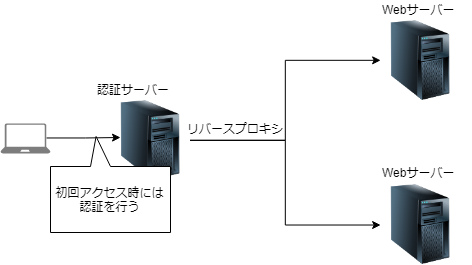
RinGoku/Web-Explaination keeps this draw.io diagram as images/SSO_proxy.png. Above is the earlier version. Source tidied: cells renumbered, new cells last; positions are measured from the earlier drawing's top-left corner, leaving out a move shared by most shapes.
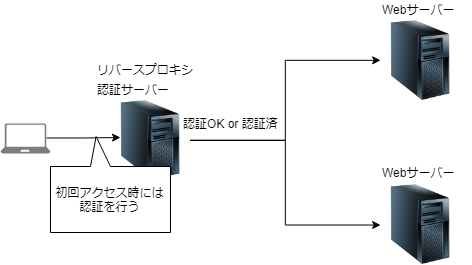
After the commit.

The edit, as a diff of the source:
```diff
@@ -31,6 +31,11 @@
     <mxCell id="10" style="edgeStyle=orthogonalEdgeStyle;rounded=0;jettySize=auto;html=1;exitX=1;exitY=0.5;exitDx=0;exitDy=0;entryX=0;entryY=0.5;entryDx=0;entryDy=0;" parent="1" edge="1" source="7" target="6">
       <mxGeometry relative="1" as="geometry" />
     </mxCell>
+    <mxCell id="14" value="認証OK or 認証済" style="text;html=1;align=center;verticalAlign=middle;labelBackgroundColor=#ffffff;" parent="10" vertex="1">
+      <mxGeometry x="-0.9" y="11" relative="1" as="geometry">
+        <mxPoint x="26.5" y="-6" as="offset" />
+      </mxGeometry>
+    </mxCell>
     <mxCell id="11" value="初回アクセス時には認証を行う" style="shape=callout;whiteSpace=wrap;html=1;perimeter=calloutPerimeter;position2=0.62;direction=west;" parent="1" vertex="1">
       <mxGeometry x="50" y="136" width="120" height="96" as="geometry" />
     </mxCell>
@@ -38,7 +43,7 @@
       <mxGeometry x="380" width="90" height="20" as="geometry" />
     </mxCell>
     <mxCell id="13" value="リバースプロキシ" style="text;html=1;align=left;verticalAlign=top;spacingTop=-4;" parent="1" vertex="1">
-      <mxGeometry x="185" y="119" width="110" height="20" as="geometry" />
+      <mxGeometry x="95" y="60" width="110" height="20" as="geometry" />
     </mxCell>
   </root>
 </mxGraphModel>
```
